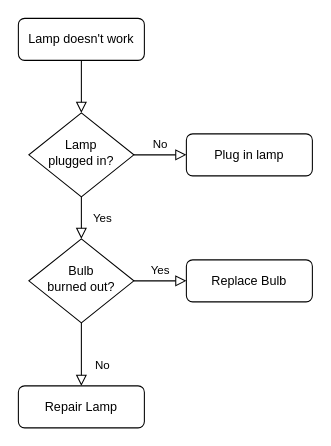
Iverson-Zhou/drawio keeps this draw.io diagram as files/Untitled Diagram.drawio. Above is the earlier version. Source tidied: cells renumbered, new cells numbered last; positions are measured from the earlier drawing's top-left corner, leaving out a move shared by most shapes. Both pictures are drawn from the tidied source at 105%, with x=0, y=0 at pixel (18, 18).
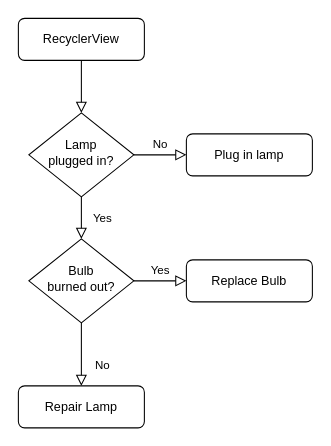
Above is the later version.

Diff of the diagram source:
```diff
@@
 <mxGraphModel>
   <root>
     <mxCell id="0" />
     <mxCell id="1" parent="0" />
     <mxCell id="2" style="rounded=0;html=1;jettySize=auto;fontSize=11;endArrow=block;endFill=0;endSize=8;strokeWidth=1;shadow=0;labelBackgroundColor=none;edgeStyle=orthogonalEdgeStyle;" parent="1" edge="1" source="3" target="6">
       <mxGeometry relative="1" as="geometry" />
     </mxCell>
-    <mxCell id="3" value="Lamp doesn't work" style="rounded=1;whiteSpace=wrap;html=1;fontSize=12;glass=0;strokeWidth=1;shadow=0;" parent="1" vertex="1">
+    <mxCell id="3" value="RecyclerView" style="rounded=1;whiteSpace=wrap;html=1;fontSize=12;glass=0;strokeWidth=1;shadow=0;" parent="1" vertex="1">
       <mxGeometry width="120" height="40" as="geometry" />
     </mxCell>
     <mxCell id="4" value="Yes" style="rounded=0;html=1;jettySize=auto;fontSize=11;endArrow=block;endFill=0;endSize=8;strokeWidth=1;shadow=0;labelBackgroundColor=none;edgeStyle=orthogonalEdgeStyle;" parent="1" edge="1" source="6" target="10">
       <mxGeometry y="20" relative="1" as="geometry" />
     </mxCell>
     <mxCell id="5" value="No" style="edgeStyle=orthogonalEdgeStyle;rounded=0;html=1;jettySize=auto;fontSize=11;endArrow=block;endFill=0;endSize=8;strokeWidth=1;shadow=0;labelBackgroundColor=none;" parent="1" edge="1" source="6" target="7">
       <mxGeometry y="10" relative="1" as="geometry" />
     </mxCell>
     <mxCell id="6" value="Lamp&lt;br&gt;plugged in?" style="rhombus;whiteSpace=wrap;html=1;shadow=0;fontFamily=Helvetica;fontSize=12;align=center;strokeWidth=1;spacing=6;spacingTop=-4;" parent="1" vertex="1">
       <mxGeometry x="10" y="90" width="100" height="80" as="geometry" />
     </mxCell>
     <mxCell id="7" value="Plug in lamp" style="rounded=1;whiteSpace=wrap;html=1;fontSize=12;glass=0;strokeWidth=1;shadow=0;" parent="1" vertex="1">
       <mxGeometry x="160" y="110" width="120" height="40" as="geometry" />
     </mxCell>
     <mxCell id="8" value="No" style="rounded=0;html=1;jettySize=auto;fontSize=11;endArrow=block;endFill=0;endSize=8;strokeWidth=1;shadow=0;labelBackgroundColor=none;edgeStyle=orthogonalEdgeStyle;" parent="1" edge="1" source="10" target="11">
       <mxGeometry x="0.33" y="20" relative="1" as="geometry" />
     </mxCell>
     <mxCell id="9" value="Yes" style="edgeStyle=orthogonalEdgeStyle;rounded=0;html=1;jettySize=auto;fontSize=11;endArrow=block;endFill=0;endSize=8;strokeWidth=1;shadow=0;labelBackgroundColor=none;" parent="1" edge="1" source="10" target="12">
       <mxGeometry y="10" relative="1" as="geometry" />
     </mxCell>
     <mxCell id="10" value="Bulb&lt;br&gt;burned out?" style="rhombus;whiteSpace=wrap;html=1;shadow=0;fontFamily=Helvetica;fontSize=12;align=center;strokeWidth=1;spacing=6;spacingTop=-4;" parent="1" vertex="1">
       <mxGeometry x="10" y="210" width="100" height="80" as="geometry" />
     </mxCell>
     <mxCell id="11" value="Repair Lamp" style="rounded=1;whiteSpace=wrap;html=1;fontSize=12;glass=0;strokeWidth=1;shadow=0;" parent="1" vertex="1">
       <mxGeometry y="350" width="120" height="40" as="geometry" />
     </mxCell>
     <mxCell id="12" value="Replace Bulb" style="rounded=1;whiteSpace=wrap;html=1;fontSize=12;glass=0;strokeWidth=1;shadow=0;" parent="1" vertex="1">
       <mxGeometry x="160" y="230" width="120" height="40" as="geometry" />
     </mxCell>
   </root>
 </mxGraphModel>
```
